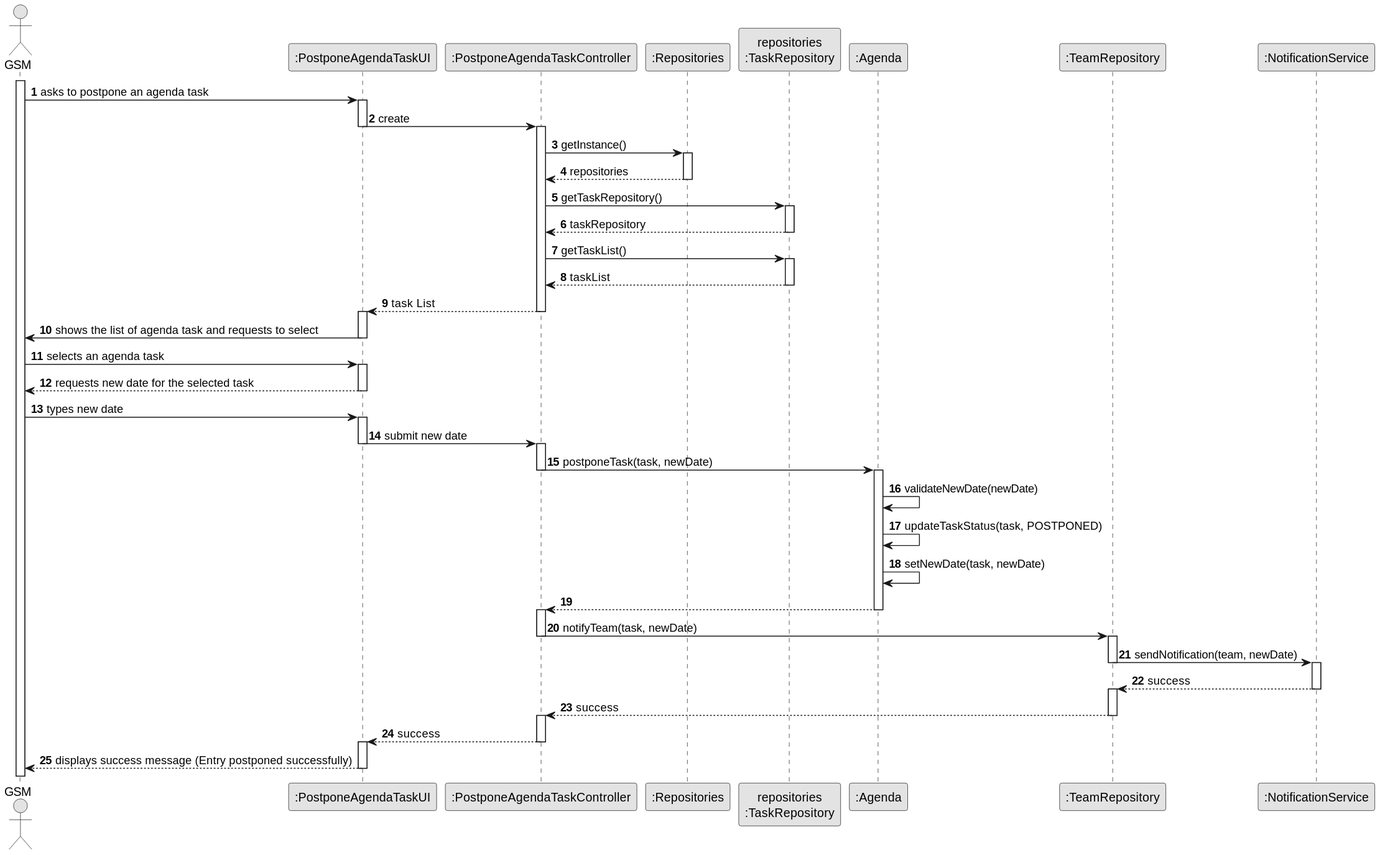
Above: docs/sprintC/us024/03.design/svg/us024-sequence-diagram-full.svg in ricardomm7/leaflink (PlantUML), before the change.
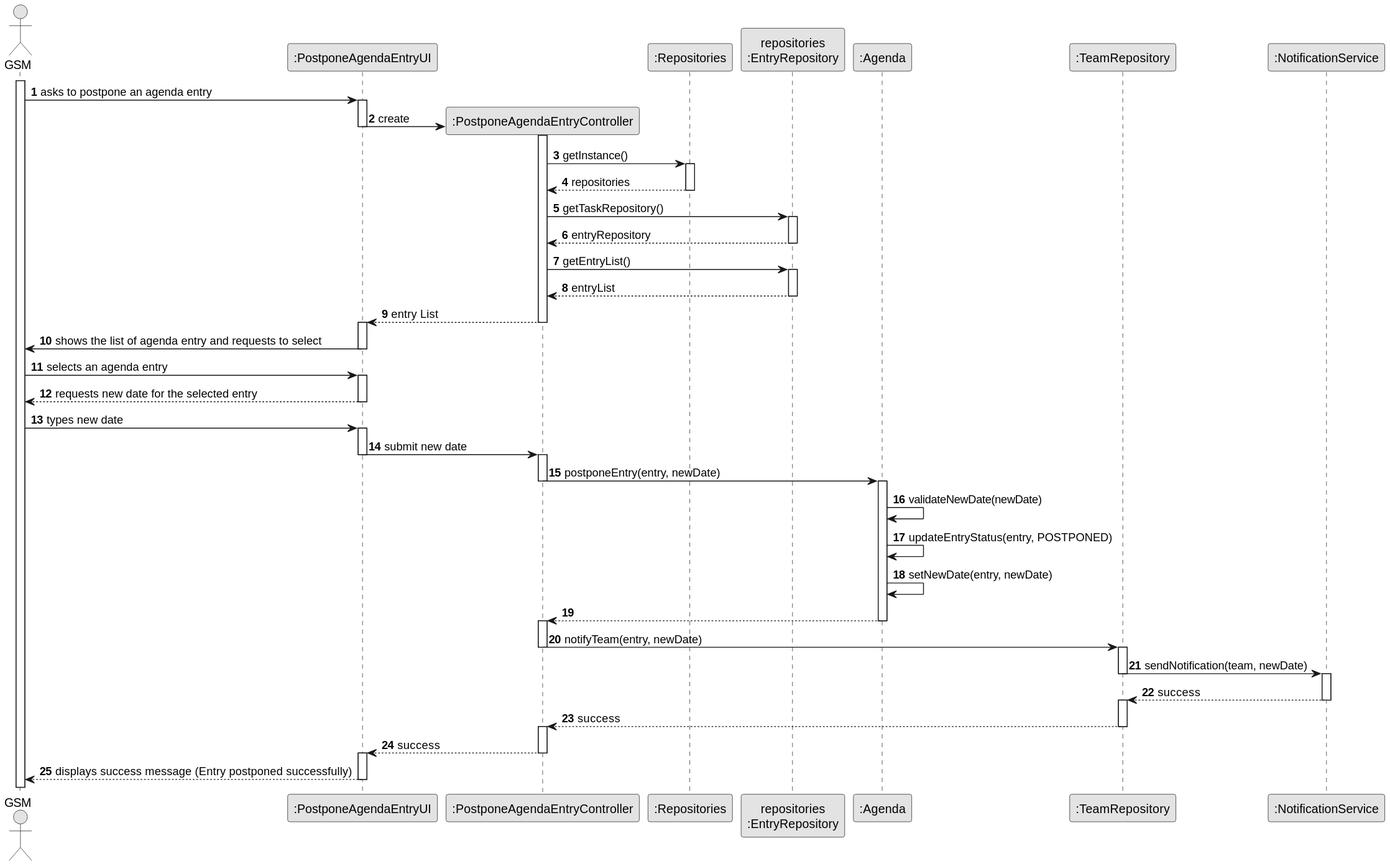
After the change.

Diff of the diagram source:
```diff
@@ -6,20 +6,20 @@
 autonumber
 
 actor "GSM" as GSM
-participant ":PostponeAgendaTaskUI" as UI
-participant ":PostponeAgendaTaskController" as CTRL
+participant ":PostponeAgendaEntryUI" as UI
+participant ":PostponeAgendaEntryController" as CTRL
 participant ":Repositories" as RepositorySingleton
-participant "repositories\n:TaskRepository" as TaskRepo
+participant "repositories\n:EntryRepository" as EntryRepo
 participant ":Agenda" as Agenda
 participant ":TeamRepository" as TeamRepo
 participant ":NotificationService" as NotificationService
 
 activate GSM
 
-    GSM -> UI : asks to postpone an agenda task
+    GSM -> UI : asks to postpone an agenda entry
     activate UI
 
-        UI -> CTRL : create
+        UI -> CTRL** : create
         deactivate UI
         activate CTRL
 
@@ -29,29 +29,29 @@
                 RepositorySingleton --> CTRL : repositories
             deactivate RepositorySingleton
 
-            CTRL -> TaskRepo : getTaskRepository()
-            activate TaskRepo
+            CTRL -> EntryRepo : getTaskRepository()
+            activate EntryRepo
 
-                TaskRepo --> CTRL : taskRepository
-            deactivate TaskRepo
+                EntryRepo --> CTRL : entryRepository
+            deactivate EntryRepo
 
-            CTRL -> TaskRepo :getTaskList()
-            activate TaskRepo
+            CTRL -> EntryRepo :getEntryList()
+            activate EntryRepo
 
-            TaskRepo --> CTRL : taskList
-            deactivate TaskRepo
+            EntryRepo --> CTRL : entryList
+            deactivate EntryRepo
 
-            CTRL --> UI : task List
+            CTRL --> UI : entry List
         deactivate CTRL
         activate UI
 
-        UI -> GSM : shows the list of agenda task and requests to select
+        UI -> GSM : shows the list of agenda entry and requests to select
     deactivate UI
 
-    GSM -> UI : selects an agenda task
+    GSM -> UI : selects an agenda entry
     activate UI
 
-        UI --> GSM : requests new date for the selected task
+        UI --> GSM : requests new date for the selected entry
     deactivate UI
 
     GSM -> UI : types new date
@@ -61,19 +61,19 @@
         deactivate UI
         activate CTRL
 
-            CTRL -> Agenda : postponeTask(task, newDate)
+            CTRL -> Agenda : postponeEntry(entry, newDate)
             deactivate CTRL
             activate Agenda
 
                 Agenda -> Agenda : validateNewDate(newDate)
-                Agenda -> Agenda : updateTaskStatus(task, POSTPONED)
-                Agenda -> Agenda : setNewDate(task, newDate)
+                Agenda -> Agenda : updateEntryStatus(entry, POSTPONED)
+                Agenda -> Agenda : setNewDate(entry, newDate)
 
                 Agenda --> CTRL :
             deactivate Agenda
             activate CTRL
 
-            CTRL -> TeamRepo : notifyTeam(task, newDate)
+            CTRL -> TeamRepo : notifyTeam(entry, newDate)
             deactivate CTRL
             activate TeamRepo
 
```
